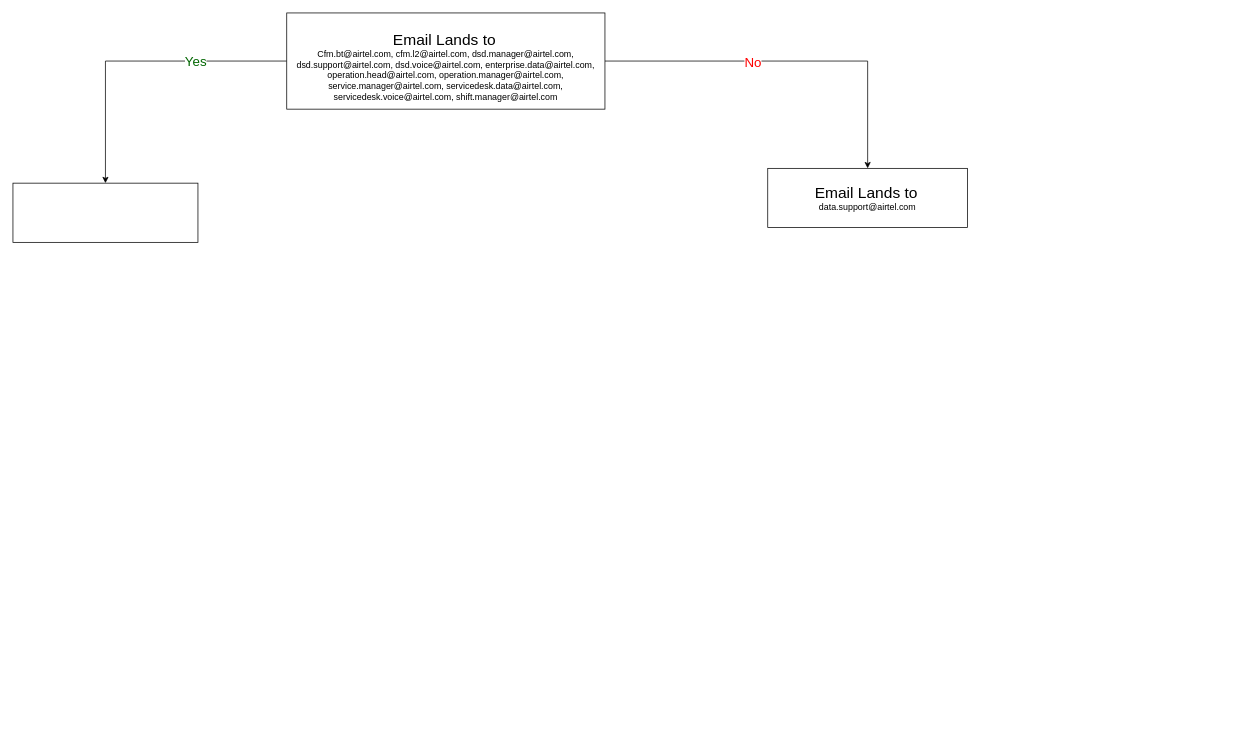
Earlier version of the draw.io diagram Untitled Diagram.drawio (ayush28n/UpGrad). Source tidied: cells renumbered, new cells numbered last; positions are measured from the earlier drawing's top-left corner, leaving out a move shared by most shapes. Both pictures are drawn from the tidied source at 74%, with x=0, y=0 at pixel (13, 13).
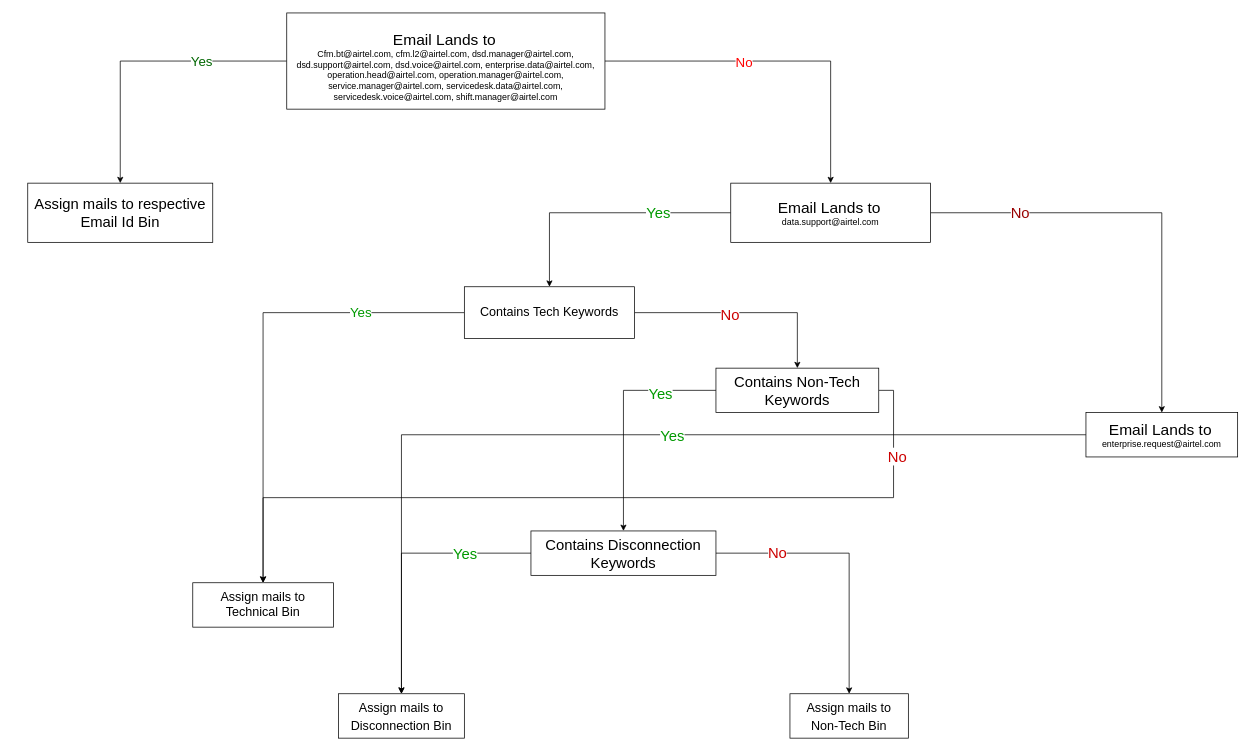
Above is the later version.

Commit message:
CFM OD Flow

The edit, as a diff of the source:
```diff
@@
-    <mxCell id="7" style="whiteSpace=wrap;html=1;rounded=0;" parent="1" vertex="1">
-      <mxGeometry y="230" width="250" height="80" as="geometry" />
+    <mxCell id="7" value="Assign mails to respective Email Id Bin" style="whiteSpace=wrap;html=1;rounded=0;fontSize=20;" parent="1" vertex="1">
+      <mxGeometry x="20" y="230" width="250" height="80" as="geometry" />
     </mxCell>
+    <mxCell id="9" style="edgeStyle=orthogonalEdgeStyle;rounded=0;jettySize=auto;html=1;fontSize=18;fontColor=#FF0000;" parent="1" edge="1" source="8" target="17">
+      <mxGeometry relative="1" as="geometry" />
+    </mxCell>
+    <mxCell id="10" value="Yes" style="edgeLabel;html=1;align=center;verticalAlign=middle;fontSize=20;fontColor=#009900;" parent="9" vertex="1">
+      <mxGeometry x="-0.42" y="-2" relative="1" as="geometry">
+        <mxPoint x="1" as="offset" />
+      </mxGeometry>
+    </mxCell>
+    <mxCell id="11" style="edgeStyle=orthogonalEdgeStyle;rounded=0;jettySize=auto;html=1;fontSize=20;fontColor=#009900;" parent="1" edge="1" source="8" target="33">
+      <mxGeometry relative="1" as="geometry" />
+    </mxCell>
+    <mxCell id="12" value="&lt;font color=&quot;#990000&quot;&gt;No&lt;/font&gt;" style="edgeLabel;html=1;align=center;verticalAlign=middle;fontSize=20;fontColor=#009900;" parent="11" vertex="1">
+      <mxGeometry x="-0.59" y="2" relative="1" as="geometry">
+        <mxPoint x="1" as="offset" />
+      </mxGeometry>
+    </mxCell>
     <mxCell id="8" value="&lt;font style=&quot;font-size: 21px&quot;&gt;Email Lands to&lt;/font&gt;&lt;span&gt;&amp;nbsp;&lt;/span&gt;&lt;br&gt;&lt;span&gt;data.support@airtel.com&lt;/span&gt;" style="rounded=0;whiteSpace=wrap;html=1;" parent="1" vertex="1">
-      <mxGeometry x="1020" y="210" width="270" height="80" as="geometry" />
+      <mxGeometry x="970" y="230" width="270" height="80" as="geometry" />
     </mxCell>
+    <mxCell id="13" style="edgeStyle=orthogonalEdgeStyle;rounded=0;jettySize=auto;html=1;fontSize=18;fontColor=#FF0000;" parent="1" edge="1" source="17" target="18">
+      <mxGeometry relative="1" as="geometry" />
+    </mxCell>
+    <mxCell id="14" value="Yes" style="edgeLabel;html=1;align=center;verticalAlign=middle;fontSize=18;fontColor=#009900;" parent="13" vertex="1">
+      <mxGeometry x="-0.37" relative="1" as="geometry">
+        <mxPoint x="60" as="offset" />
+      </mxGeometry>
+    </mxCell>
+    <mxCell id="15" style="edgeStyle=orthogonalEdgeStyle;rounded=0;jettySize=auto;html=1;fontSize=17;fontColor=#009900;" parent="1" edge="1" source="17" target="23">
+      <mxGeometry relative="1" as="geometry" />
+    </mxCell>
+    <mxCell id="16" value="No" style="edgeLabel;html=1;align=center;verticalAlign=middle;fontSize=20;fontColor=#CC0000;" parent="15" vertex="1">
+      <mxGeometry x="-0.14" y="-1" relative="1" as="geometry">
+        <mxPoint x="1" as="offset" />
+      </mxGeometry>
+    </mxCell>
+    <mxCell id="17" value="&lt;font style=&quot;font-size: 17px&quot;&gt;Contains Tech Keywords&lt;/font&gt;" style="rounded=0;whiteSpace=wrap;html=1;" parent="1" vertex="1">
+      <mxGeometry x="610" y="370" width="230" height="70" as="geometry" />
+    </mxCell>
+    <mxCell id="18" value="Assign mails to &lt;br style=&quot;font-size: 17px;&quot;&gt;Technical Bin" style="rounded=0;whiteSpace=wrap;html=1;fontSize=17;" parent="1" vertex="1">
+      <mxGeometry x="243" y="770" width="190" height="60" as="geometry" />
+    </mxCell>
+    <mxCell id="19" style="edgeStyle=orthogonalEdgeStyle;rounded=0;jettySize=auto;html=1;fontSize=20;fontColor=#009900;exitX=0;exitY=0.5;exitDx=0;exitDy=0;" parent="1" edge="1" source="23" target="28">
+      <mxGeometry relative="1" as="geometry" />
+    </mxCell>
+    <mxCell id="20" value="Yes" style="edgeLabel;html=1;align=center;verticalAlign=middle;fontSize=20;fontColor=#009900;" parent="19" vertex="1">
+      <mxGeometry x="-0.51" y="3" relative="1" as="geometry">
+        <mxPoint x="1" as="offset" />
+      </mxGeometry>
+    </mxCell>
+    <mxCell id="21" style="edgeStyle=orthogonalEdgeStyle;rounded=0;jettySize=auto;html=1;exitX=1;exitY=0.5;exitDx=0;exitDy=0;entryX=0.5;entryY=0;entryDx=0;entryDy=0;fontSize=20;fontColor=#009900;" parent="1" edge="1" source="23" target="18">
+      <mxGeometry relative="1" as="geometry" />
+    </mxCell>
+    <mxCell id="22" value="No" style="edgeLabel;html=1;align=center;verticalAlign=middle;fontSize=20;fontColor=#CC0000;" parent="21" vertex="1">
+      <mxGeometry x="-0.81" y="4" relative="1" as="geometry" />
+    </mxCell>
+    <mxCell id="23" value="Contains Non-Tech Keywords" style="rounded=0;whiteSpace=wrap;html=1;fontSize=20;" parent="1" vertex="1">
+      <mxGeometry x="950" y="480" width="220" height="60" as="geometry" />
+    </mxCell>
+    <mxCell id="24" style="edgeStyle=orthogonalEdgeStyle;rounded=0;jettySize=auto;html=1;fontSize=20;fontColor=#009900;exitX=0;exitY=0.5;exitDx=0;exitDy=0;" parent="1" edge="1" source="28" target="29">
+      <mxGeometry relative="1" as="geometry" />
+    </mxCell>
+    <mxCell id="25" value="Yes" style="edgeLabel;html=1;align=center;verticalAlign=middle;fontSize=20;fontColor=#009900;" parent="24" vertex="1">
+      <mxGeometry x="-0.5" relative="1" as="geometry">
+        <mxPoint x="1" as="offset" />
+      </mxGeometry>
+    </mxCell>
+    <mxCell id="26" style="edgeStyle=orthogonalEdgeStyle;rounded=0;jettySize=auto;html=1;fontSize=20;fontColor=#009900;" parent="1" edge="1" source="28" target="30">
+      <mxGeometry relative="1" as="geometry" />
+    </mxCell>
+    <mxCell id="27" value="No" style="edgeLabel;html=1;align=center;verticalAlign=middle;fontSize=20;fontColor=#CC0000;" parent="26" vertex="1">
+      <mxGeometry x="-0.56" y="2" relative="1" as="geometry">
+        <mxPoint x="1" as="offset" />
+      </mxGeometry>
+    </mxCell>
+    <mxCell id="28" value="Contains Disconnection Keywords" style="rounded=0;whiteSpace=wrap;html=1;fontSize=20;" parent="1" vertex="1">
+      <mxGeometry x="700" y="700" width="250" height="60" as="geometry" />
+    </mxCell>
+    <mxCell id="29" value="&lt;span style=&quot;font-size: 17px&quot;&gt;Assign mails to&lt;/span&gt;&lt;br style=&quot;font-size: 17px&quot;&gt;&lt;span style=&quot;font-size: 17px&quot;&gt;Disconnection&amp;nbsp;Bin&lt;/span&gt;" style="rounded=0;whiteSpace=wrap;html=1;fontSize=20;" parent="1" vertex="1">
+      <mxGeometry x="440" y="920" width="170" height="60" as="geometry" />
+    </mxCell>
+    <mxCell id="30" value="&lt;span style=&quot;font-size: 17px&quot;&gt;Assign mails to&lt;/span&gt;&lt;br style=&quot;font-size: 17px&quot;&gt;&lt;span style=&quot;font-size: 17px&quot;&gt;Non-Tech Bin&lt;/span&gt;" style="rounded=0;whiteSpace=wrap;html=1;fontSize=20;" parent="1" vertex="1">
+      <mxGeometry x="1050" y="920" width="160" height="60" as="geometry" />
+    </mxCell>
+    <mxCell id="31" style="edgeStyle=orthogonalEdgeStyle;rounded=0;jettySize=auto;html=1;exitX=0;exitY=0.5;exitDx=0;exitDy=0;fontSize=20;fontColor=#009900;" parent="1" edge="1" source="33" target="29">
+      <mxGeometry relative="1" as="geometry" />
+    </mxCell>
+    <mxCell id="32" value="Yes" style="edgeLabel;html=1;align=center;verticalAlign=middle;fontSize=20;fontColor=#009900;" parent="31" vertex="1">
+      <mxGeometry x="-0.12" relative="1" as="geometry">
+        <mxPoint x="1" as="offset" />
+      </mxGeometry>
+    </mxCell>
+    <mxCell id="33" value="&lt;font style=&quot;font-size: 21px&quot;&gt;Email Lands to&lt;/font&gt;&lt;span&gt;&amp;nbsp;&lt;/span&gt;&lt;br&gt;&lt;span&gt;enterprise.request@airtel.com&lt;/span&gt;" style="rounded=0;whiteSpace=wrap;html=1;" parent="1" vertex="1">
+      <mxGeometry x="1450" y="540" width="205" height="60" as="geometry" />
+    </mxCell>
```
